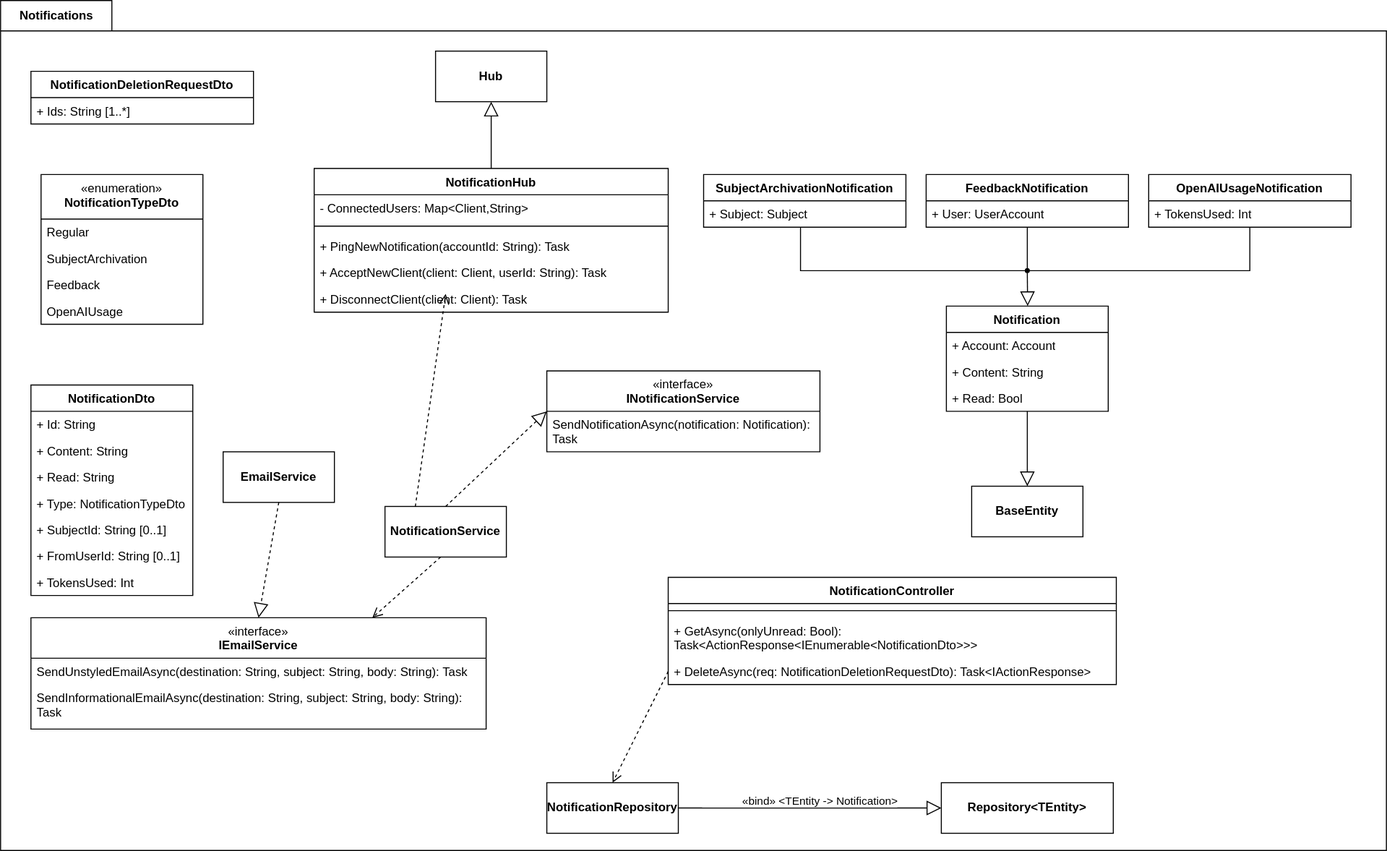
piatrashkakanstantinass/psi2 keeps this draw.io diagram as lab2diags/logical-view/notification.drawio.svg. Above is the earlier version. Source tidied: cells renumbered, new cells last; positions are measured from the earlier drawing's top-left corner, leaving out a move shared by most shapes.
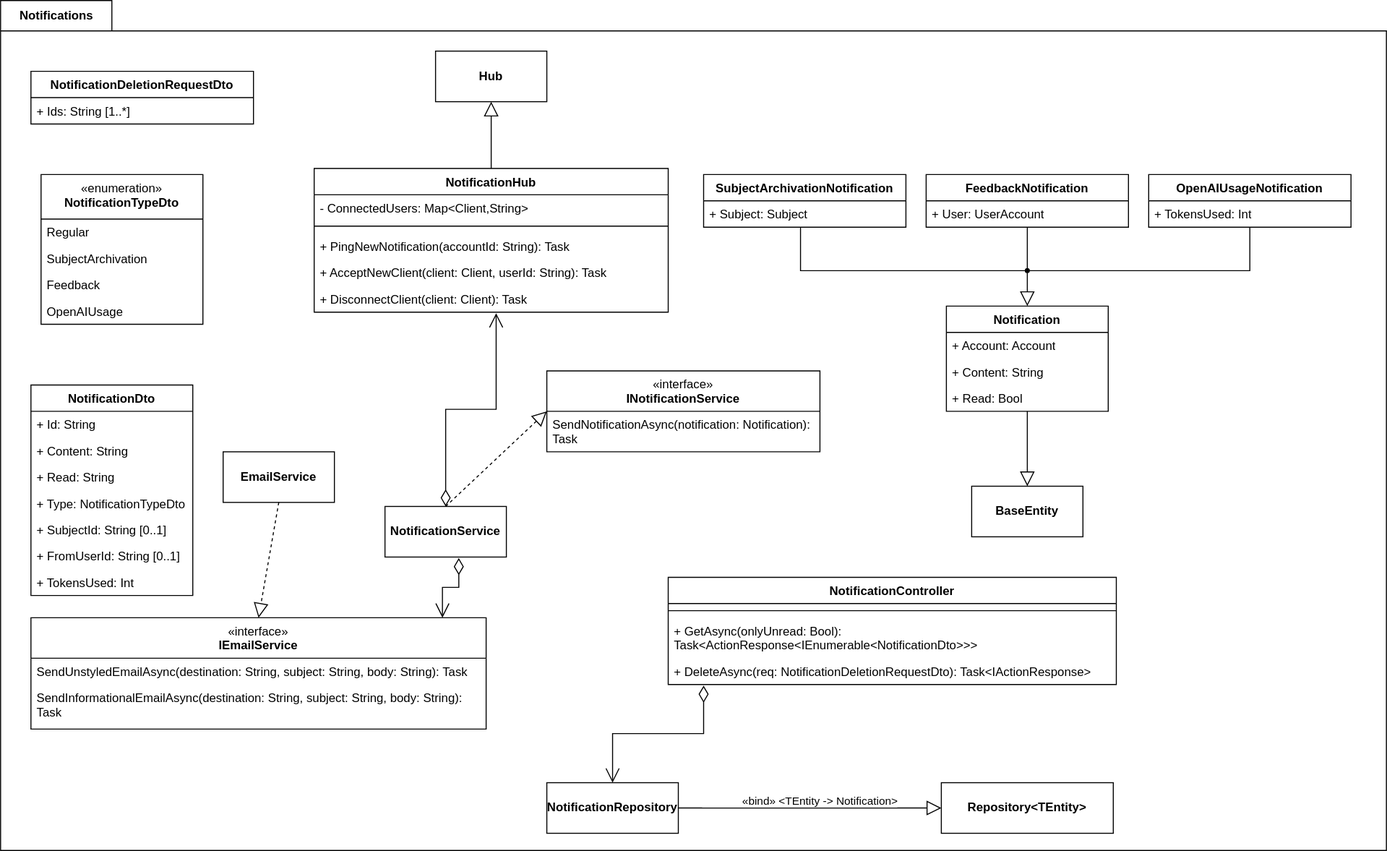
Above is the later version.

What changed in the source:
```diff
@@ -190,14 +190,6 @@
     <mxCell id="58" value="&lt;b&gt;NotificationService&lt;/b&gt;" style="html=1;whiteSpace=wrap;" parent="1" vertex="1">
       <mxGeometry x="380" y="500" width="120" height="50" as="geometry" />
     </mxCell>
-    <mxCell id="59" style="html=1;verticalAlign=bottom;endArrow=open;dashed=1;endSize=8;curved=0;rounded=0;exitX=0;exitY=0.5;exitDx=0;exitDy=0;entryX=0.5;entryY=0;entryDx=0;entryDy=0;" parent="1" edge="1" source="41" target="23">
-      <mxGeometry relative="1" as="geometry" />
-    </mxCell>
-    <mxCell id="60" style="html=1;verticalAlign=bottom;endArrow=open;dashed=1;endSize=8;curved=0;rounded=0;exitX=0;exitY=0.5;exitDx=0;exitDy=0;entryX=0.75;entryY=0;entryDx=0;entryDy=0;" parent="1" edge="1" target="24">
-      <mxGeometry relative="1" as="geometry">
-        <mxPoint x="435" y="550" as="sourcePoint" />
-      </mxGeometry>
-    </mxCell>
     <mxCell id="61" style="endArrow=block;dashed=1;endFill=0;endSize=12;html=1;rounded=0;exitX=0.5;exitY=0;exitDx=0;exitDy=0;entryX=0;entryY=0.5;entryDx=0;entryDy=0;" parent="1" edge="1" source="58" target="4">
       <mxGeometry relative="1" as="geometry" />
     </mxCell>
@@ -207,10 +199,14 @@
     <mxCell id="63" style="edgeStyle=none;html=1;endSize=12;endArrow=block;endFill=0;rounded=0;exitX=0.5;exitY=0;exitDx=0;exitDy=0;entryX=0.5;entryY=1;entryDx=0;entryDy=0;" parent="1" edge="1" source="31" target="37">
       <mxGeometry relative="1" as="geometry" />
     </mxCell>
-    <mxCell id="64" style="html=1;verticalAlign=bottom;endArrow=open;dashed=1;endSize=8;curved=0;rounded=0;exitX=0.25;exitY=0;exitDx=0;exitDy=0;" parent="1" edge="1" source="58">
-      <mxGeometry relative="1" as="geometry">
-        <mxPoint x="440" y="290" as="targetPoint" />
-      </mxGeometry>
-    </mxCell>
+    <mxCell id="65" style="endArrow=open;html=1;endSize=12;startArrow=diamondThin;startSize=14;startFill=0;edgeStyle=orthogonalEdgeStyle;align=left;verticalAlign=bottom;rounded=0;entryX=0.514;entryY=1.038;entryDx=0;entryDy=0;entryPerimeter=0;exitX=0.5;exitY=0;exitDx=0;exitDy=0;" parent="1" edge="1" source="58" target="36">
+      <mxGeometry x="-1" y="3" relative="1" as="geometry" />
+    </mxCell>
+    <mxCell id="66" style="endArrow=open;html=1;endSize=12;startArrow=diamondThin;startSize=14;startFill=0;edgeStyle=orthogonalEdgeStyle;align=left;verticalAlign=bottom;rounded=0;exitX=0.608;exitY=1.02;exitDx=0;exitDy=0;exitPerimeter=0;entryX=0.904;entryY=0;entryDx=0;entryDy=0;entryPerimeter=0;" parent="1" edge="1" source="58" target="24">
+      <mxGeometry x="-1" y="3" relative="1" as="geometry" />
+    </mxCell>
+    <mxCell id="59" style="endArrow=open;html=1;endSize=12;startArrow=diamondThin;startSize=14;startFill=0;edgeStyle=orthogonalEdgeStyle;align=left;verticalAlign=bottom;rounded=0;exitX=0.079;exitY=1.038;exitDx=0;exitDy=0;exitPerimeter=0;entryX=0.5;entryY=0;entryDx=0;entryDy=0;" parent="1" edge="1" source="41" target="23">
+      <mxGeometry x="-1" y="3" relative="1" as="geometry" />
+    </mxCell>
   </root>
 </mxGraphModel>
```
